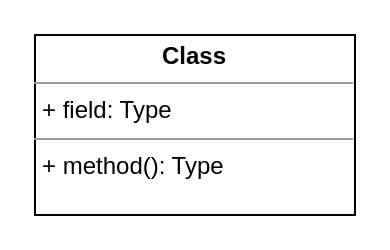
This is drawio/设计模式/模版方法模式.drawio from hezhuma/image-repo, a draw.io file, before an edit. Source tidied: cells renumbered, new cells numbered last; positions are measured from the earlier drawing's top-left corner, leaving out a move shared by most shapes. Both pictures are drawn from the tidied source at 200%, with x=0, y=0 at pixel (34, 34).
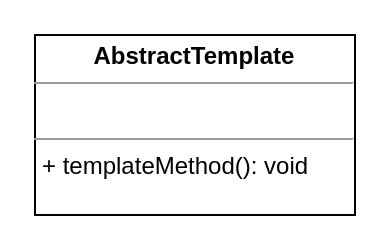
After the change.

Commit message (it also covers changes not shown here):
Update 模版方法模式.drawio

What changed in the source:
```diff
@@
 <mxGraphModel>
   <root>
     <mxCell id="0" />
     <mxCell id="1" parent="0" />
-    <mxCell id="2" value="&lt;p style=&quot;margin:0px;margin-top:4px;text-align:center;&quot;&gt;&lt;b&gt;Class&lt;/b&gt;&lt;/p&gt;&lt;hr size=&quot;1&quot;/&gt;&lt;p style=&quot;margin:0px;margin-left:4px;&quot;&gt;+ field: Type&lt;/p&gt;&lt;hr size=&quot;1&quot;/&gt;&lt;p style=&quot;margin:0px;margin-left:4px;&quot;&gt;+ method(): Type&lt;/p&gt;" style="verticalAlign=top;align=left;overflow=fill;fontSize=12;fontFamily=Helvetica;html=1;" parent="1" vertex="1">
+    <mxCell id="2" value="&lt;p style=&quot;margin: 0px ; margin-top: 4px ; text-align: center&quot;&gt;&lt;b&gt;AbstractTemplate&lt;/b&gt;&lt;/p&gt;&lt;hr size=&quot;1&quot;&gt;&lt;p style=&quot;margin: 0px ; margin-left: 4px&quot;&gt;&lt;br&gt;&lt;/p&gt;&lt;hr size=&quot;1&quot;&gt;&lt;p style=&quot;margin: 0px ; margin-left: 4px&quot;&gt;+ templateMethod(): void&lt;/p&gt;" style="verticalAlign=top;align=left;overflow=fill;fontSize=12;fontFamily=Helvetica;html=1;" parent="1" vertex="1">
       <mxGeometry width="160" height="90" as="geometry" />
     </mxCell>
   </root>
 </mxGraphModel>
```
